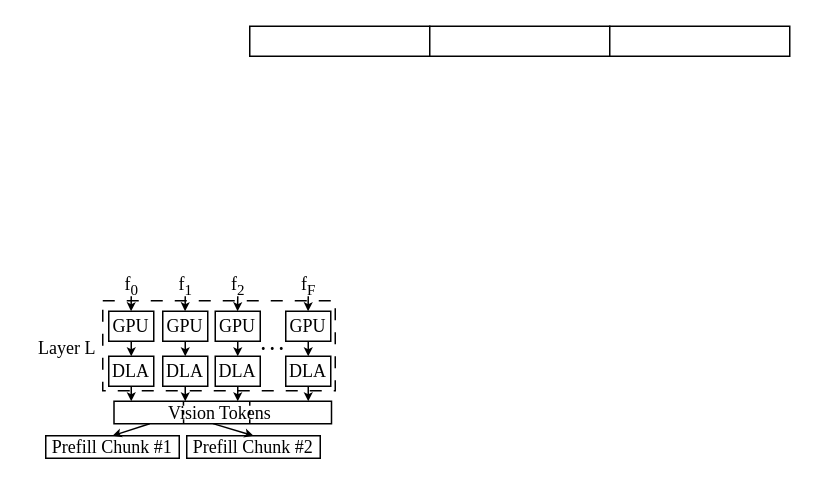
Above: figures/design_pipeline2.drawio in icszhr/hermes (draw.io), before the change. Source tidied: cells renumbered, new cells numbered last; positions are measured from the earlier drawing's top-left corner, leaving out a move shared by most shapes. Both pictures are drawn from the tidied source at 150%, with x=0, y=0 at pixel (26, 26).
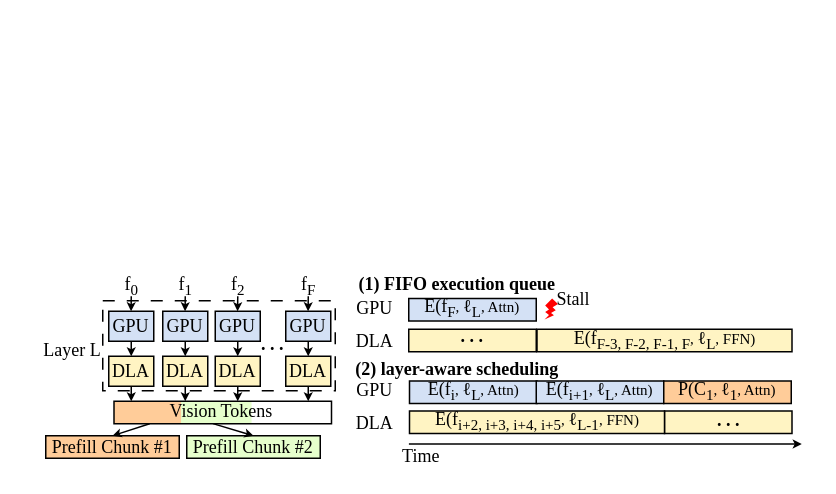
After the change.

Diff of the diagram source:
```diff
@@
-    <mxCell id="3" style="rounded=0;whiteSpace=wrap;html=1;" parent="1" vertex="1">
-      <mxGeometry x="149" width="120" height="20" as="geometry" />
-    </mxCell>
-    <mxCell id="4" style="rounded=0;whiteSpace=wrap;html=1;" parent="1" vertex="1">
-      <mxGeometry x="269" width="120" height="20" as="geometry" />
-    </mxCell>
-    <mxCell id="5" style="rounded=0;whiteSpace=wrap;html=1;" parent="1" vertex="1">
-      <mxGeometry x="389" width="120" height="20" as="geometry" />
-    </mxCell>
@@
-    <mxCell id="7" value="GPU" style="rounded=0;whiteSpace=wrap;html=1;fontFamily=Times New Roman;" parent="1" vertex="1">
+    <mxCell id="7" value="GPU" style="rounded=0;whiteSpace=wrap;html=1;fontFamily=Times New Roman;fillColor=#D4E1F5;" parent="1" vertex="1">
       <mxGeometry x="55" y="190" width="30" height="20" as="geometry" />
     </mxCell>
@@
-    <mxCell id="9" value="DLA" style="rounded=0;whiteSpace=wrap;html=1;fontFamily=Times New Roman;" parent="1" vertex="1">
+    <mxCell id="9" value="DLA" style="rounded=0;whiteSpace=wrap;html=1;fontFamily=Times New Roman;fillColor=#FFF4C3;" parent="1" vertex="1">
       <mxGeometry x="55" y="220" width="30" height="20" as="geometry" />
     </mxCell>
@@
     <mxCell id="12" value="Layer L" style="text;html=1;whiteSpace=wrap;strokeColor=none;fillColor=none;align=center;verticalAlign=middle;rounded=0;fontFamily=Times New Roman;" parent="1" vertex="1">
-      <mxGeometry y="205" width="55" height="20" as="geometry" />
+      <mxGeometry x="5.5" y="206" width="49.5" height="20" as="geometry" />
     </mxCell>
@@
-    <mxCell id="14" value="GPU" style="rounded=0;whiteSpace=wrap;html=1;fontFamily=Times New Roman;" parent="1" vertex="1">
+    <mxCell id="14" value="GPU" style="rounded=0;whiteSpace=wrap;html=1;fontFamily=Times New Roman;fillColor=#D4E1F5;" parent="1" vertex="1">
       <mxGeometry x="91" y="190" width="30" height="20" as="geometry" />
     </mxCell>
@@
-    <mxCell id="16" value="DLA" style="rounded=0;whiteSpace=wrap;html=1;fontFamily=Times New Roman;" parent="1" vertex="1">
+    <mxCell id="16" value="DLA" style="rounded=0;whiteSpace=wrap;html=1;fontFamily=Times New Roman;fillColor=#FFF4C3;" parent="1" vertex="1">
       <mxGeometry x="91" y="220" width="30" height="20" as="geometry" />
     </mxCell>
@@
-    <mxCell id="20" value="GPU" style="rounded=0;whiteSpace=wrap;html=1;fontFamily=Times New Roman;" parent="1" vertex="1">
+    <mxCell id="20" value="GPU" style="rounded=0;whiteSpace=wrap;html=1;fontFamily=Times New Roman;fillColor=#D4E1F5;" parent="1" vertex="1">
       <mxGeometry x="173" y="190" width="30" height="20" as="geometry" />
     </mxCell>
@@
-    <mxCell id="22" value="DLA" style="rounded=0;whiteSpace=wrap;html=1;fontFamily=Times New Roman;" parent="1" vertex="1">
+    <mxCell id="22" value="DLA" style="rounded=0;whiteSpace=wrap;html=1;fontFamily=Times New Roman;fillColor=#FFF4C3;" parent="1" vertex="1">
       <mxGeometry x="173" y="220" width="30" height="20" as="geometry" />
     </mxCell>
@@
-    <mxCell id="26" style="rounded=0;whiteSpace=wrap;html=1;align=right;" parent="1" vertex="1">
-      <mxGeometry x="58.5" y="250" width="145" height="15" as="geometry" />
-    </mxCell>
@@
-    <mxCell id="29" value="GPU" style="rounded=0;whiteSpace=wrap;html=1;fontFamily=Times New Roman;" parent="1" vertex="1">
+    <mxCell id="29" value="GPU" style="rounded=0;whiteSpace=wrap;html=1;fontFamily=Times New Roman;fillColor=#D4E1F5;" parent="1" vertex="1">
       <mxGeometry x="126" y="190" width="30" height="20" as="geometry" />
     </mxCell>
@@
-    <mxCell id="31" value="DLA" style="rounded=0;whiteSpace=wrap;html=1;fontFamily=Times New Roman;" parent="1" vertex="1">
+    <mxCell id="31" value="DLA" style="rounded=0;whiteSpace=wrap;html=1;fontFamily=Times New Roman;fillColor=#FFF4C3;" parent="1" vertex="1">
       <mxGeometry x="126" y="220" width="30" height="20" as="geometry" />
     </mxCell>
@@
-    <mxCell id="34" value="&lt;span style=&quot;color: rgb(0, 0, 0); font-family: &amp;quot;Times New Roman&amp;quot;; font-size: 12px; font-style: normal; font-variant-ligatures: normal; font-variant-caps: normal; font-weight: 400; letter-spacing: normal; orphans: 2; text-align: right; text-indent: 0px; text-transform: none; widows: 2; word-spacing: 0px; -webkit-text-stroke-width: 0px; white-space: normal; text-decoration-thickness: initial; text-decoration-style: initial; text-decoration-color: initial; float: none; display: inline !important;&quot;&gt;Vision Tokens&lt;/span&gt;" style="text;whiteSpace=wrap;html=1;labelBackgroundColor=none;spacing=0;spacingTop=-2;" parent="1" vertex="1">
-      <mxGeometry x="95.2" y="247.5" width="71.5" height="20" as="geometry" />
-    </mxCell>
-    <mxCell id="35" value="Prefill Chunk #1" style="rounded=0;whiteSpace=wrap;html=1;fontFamily=Times New Roman;" parent="1" vertex="1">
+    <mxCell id="35" value="Prefill Chunk #1" style="rounded=0;whiteSpace=wrap;html=1;fontFamily=Times New Roman;fillColor=#FFCC99;" parent="1" vertex="1">
       <mxGeometry x="13" y="273" width="89" height="15" as="geometry" />
     </mxCell>
@@
-    <mxCell id="37" value="Prefill Chunk #2" style="rounded=0;whiteSpace=wrap;html=1;fontFamily=Times New Roman;" parent="1" vertex="1">
+    <mxCell id="37" value="Prefill Chunk #2" style="rounded=0;whiteSpace=wrap;html=1;fontFamily=Times New Roman;fillColor=#E6FFCC;" parent="1" vertex="1">
       <mxGeometry x="107" y="273" width="89" height="15" as="geometry" />
     </mxCell>
@@
+    <mxCell id="40" style="endArrow=classic;html=1;rounded=0;endSize=3;" parent="1" edge="1">
+      <mxGeometry relative="1" as="geometry">
+        <mxPoint x="255.1" y="278.5" as="sourcePoint" />
+        <mxPoint x="517" y="278.5" as="targetPoint" />
+      </mxGeometry>
+    </mxCell>
+    <mxCell id="41" value="&lt;font face=&quot;Times New Roman&quot;&gt;Time&lt;/font&gt;" style="text;html=1;whiteSpace=wrap;strokeColor=none;fillColor=none;align=center;verticalAlign=middle;rounded=0;" parent="1" vertex="1">
+      <mxGeometry x="245" y="278.5" width="37" height="16" as="geometry" />
+    </mxCell>
+    <mxCell id="42" value="&lt;font face=&quot;Times New Roman&quot;&gt;GPU&lt;/font&gt;" style="text;html=1;whiteSpace=wrap;strokeColor=none;fillColor=none;align=center;verticalAlign=middle;rounded=0;" parent="1" vertex="1">
+      <mxGeometry x="220" y="181.5" width="25" height="12" as="geometry" />
+    </mxCell>
+    <mxCell id="43" value="&lt;font face=&quot;Times New Roman&quot;&gt;DLA&lt;/font&gt;" style="text;html=1;whiteSpace=wrap;strokeColor=none;fillColor=none;align=center;verticalAlign=middle;rounded=0;" parent="1" vertex="1">
+      <mxGeometry x="220" y="203.5" width="25" height="12" as="geometry" />
+    </mxCell>
+    <mxCell id="44" value="&lt;font face=&quot;Times New Roman&quot;&gt;GPU&lt;/font&gt;" style="text;html=1;whiteSpace=wrap;strokeColor=none;fillColor=none;align=center;verticalAlign=middle;rounded=0;" parent="1" vertex="1">
+      <mxGeometry x="220" y="236.5" width="25" height="12" as="geometry" />
+    </mxCell>
+    <mxCell id="45" value="&lt;font face=&quot;Times New Roman&quot;&gt;DLA&lt;/font&gt;" style="text;html=1;whiteSpace=wrap;strokeColor=none;fillColor=none;align=center;verticalAlign=middle;rounded=0;" parent="1" vertex="1">
+      <mxGeometry x="220" y="258.5" width="25" height="12" as="geometry" />
+    </mxCell>
+    <mxCell id="46" value="E(f&lt;sub&gt;F&lt;/sub&gt;&lt;span style=&quot;font-size: 10px;&quot;&gt;,&amp;nbsp;&lt;/span&gt;ℓ&lt;sub&gt;L&lt;/sub&gt;&lt;span style=&quot;font-size: 10px;&quot;&gt;, Attn)&lt;/span&gt;" style="rounded=0;whiteSpace=wrap;html=1;fontFamily=Times New Roman;spacingTop=-2;fillColor=#D4E1F5;" parent="1" vertex="1">
+      <mxGeometry x="255" y="181.5" width="85" height="15" as="geometry" />
+    </mxCell>
+    <mxCell id="47" value="&lt;font face=&quot;Times New Roman&quot;&gt;Stall&lt;/font&gt;" style="text;html=1;whiteSpace=wrap;strokeColor=none;fillColor=none;align=center;verticalAlign=middle;rounded=0;" parent="1" vertex="1">
+      <mxGeometry x="352.5" y="175" width="24" height="13" as="geometry" />
+    </mxCell>
+    <mxCell id="48" style="verticalLabelPosition=bottom;verticalAlign=top;html=1;shape=mxgraph.basic.flash;rotation=0;strokeColor=none;fillColor=#FF0000;" parent="1" vertex="1">
+      <mxGeometry x="345.5" y="181.5" width="9" height="14" as="geometry" />
+    </mxCell>
+    <mxCell id="49" value="&lt;font face=&quot;Times New Roman&quot;&gt;&lt;b&gt;(1)&amp;nbsp;&lt;span&gt;FIFO execution queue&lt;/span&gt;&lt;/b&gt;&lt;/font&gt;" style="text;html=1;whiteSpace=wrap;strokeColor=none;fillColor=none;align=center;verticalAlign=middle;rounded=0;" parent="1" vertex="1">
+      <mxGeometry x="220" y="163.5" width="135" height="16" as="geometry" />
+    </mxCell>
+    <mxCell id="50" value="&lt;font face=&quot;Times New Roman&quot;&gt;&lt;b&gt;(2)&amp;nbsp;layer-aware scheduling&lt;/b&gt;&lt;/font&gt;" style="text;html=1;whiteSpace=wrap;strokeColor=none;fillColor=none;align=center;verticalAlign=middle;rounded=0;" parent="1" vertex="1">
+      <mxGeometry x="212" y="220.5" width="151" height="16" as="geometry" />
+    </mxCell>
+    <mxCell id="51" value="E(f&lt;sub&gt;F-3, F-2, F-1, F&lt;/sub&gt;&lt;span style=&quot;font-size: 10px;&quot;&gt;,&amp;nbsp;&lt;/span&gt;ℓ&lt;sub&gt;L&lt;/sub&gt;&lt;span style=&quot;font-size: 10px;&quot;&gt;, FFN)&lt;/span&gt;" style="rounded=0;whiteSpace=wrap;html=1;fontFamily=Times New Roman;spacingTop=-2;fillColor=#FFF4C3;" parent="1" vertex="1">
+      <mxGeometry x="340.5" y="202" width="170" height="15" as="geometry" />
+    </mxCell>
+    <mxCell id="52" value="E(f&lt;sub&gt;i&lt;/sub&gt;&lt;span style=&quot;font-size: 10px;&quot;&gt;,&amp;nbsp;&lt;/span&gt;ℓ&lt;sub&gt;L&lt;/sub&gt;&lt;span style=&quot;font-size: 10px;&quot;&gt;, Attn)&lt;/span&gt;" style="rounded=0;whiteSpace=wrap;html=1;fontFamily=Times New Roman;spacingTop=-2;fillColor=#D4E1F5;" parent="1" vertex="1">
+      <mxGeometry x="255.5" y="236.5" width="85" height="15" as="geometry" />
+    </mxCell>
+    <mxCell id="53" value="E(f&lt;sub&gt;i+1&lt;/sub&gt;&lt;span style=&quot;font-size: 10px;&quot;&gt;,&amp;nbsp;&lt;/span&gt;ℓ&lt;sub&gt;L&lt;/sub&gt;&lt;span style=&quot;font-size: 10px;&quot;&gt;, Attn)&lt;/span&gt;" style="rounded=0;whiteSpace=wrap;html=1;fontFamily=Times New Roman;spacingTop=-2;fillColor=#D4E1F5;" parent="1" vertex="1">
+      <mxGeometry x="340" y="236.5" width="85" height="15" as="geometry" />
+    </mxCell>
+    <mxCell id="54" value="&lt;b&gt;. . .&lt;/b&gt;" style="rounded=0;whiteSpace=wrap;html=1;fontFamily=Times New Roman;spacingTop=-2;fillColor=#FFF4C3;" parent="1" vertex="1">
+      <mxGeometry x="425.5" y="256.5" width="85" height="15" as="geometry" />
+    </mxCell>
+    <mxCell id="55" value="P(C&lt;sub&gt;1&lt;/sub&gt;&lt;span style=&quot;font-size: 10px;&quot;&gt;,&amp;nbsp;&lt;/span&gt;ℓ&lt;sub&gt;1&lt;/sub&gt;&lt;span style=&quot;font-size: 10px;&quot;&gt;, Attn)&lt;/span&gt;" style="rounded=0;whiteSpace=wrap;html=1;fontFamily=Times New Roman;spacingTop=-2;fillColor=#FFCC99;" parent="1" vertex="1">
+      <mxGeometry x="425" y="236.5" width="85" height="15" as="geometry" />
+    </mxCell>
+    <mxCell id="56" style="rounded=0;whiteSpace=wrap;html=1;fillColor=#FFCC99;strokeColor=none;" parent="1" vertex="1">
+      <mxGeometry x="58.5" y="250" width="47" height="15" as="geometry" />
+    </mxCell>
+    <mxCell id="57" style="rounded=0;whiteSpace=wrap;html=1;fillColor=#E6FFCC;strokeColor=none;" parent="1" vertex="1">
+      <mxGeometry x="103.2" y="250" width="47" height="15" as="geometry" />
+    </mxCell>
+    <mxCell id="26" style="rounded=0;whiteSpace=wrap;html=1;align=right;fillColor=none;" parent="1" vertex="1">
+      <mxGeometry x="58.5" y="250" width="145" height="15" as="geometry" />
+    </mxCell>
+    <mxCell id="34" value="&lt;span style=&quot;color: rgb(0, 0, 0); font-family: &amp;quot;Times New Roman&amp;quot;; font-size: 12px; font-style: normal; font-variant-ligatures: normal; font-variant-caps: normal; font-weight: 400; letter-spacing: normal; orphans: 2; text-align: right; text-indent: 0px; text-transform: none; widows: 2; word-spacing: 0px; -webkit-text-stroke-width: 0px; white-space: normal; text-decoration-thickness: initial; text-decoration-style: initial; text-decoration-color: initial; float: none; display: inline !important;&quot;&gt;Vision Tokens&lt;/span&gt;" style="text;whiteSpace=wrap;html=1;labelBackgroundColor=none;spacing=0;spacingTop=-2;" parent="1" vertex="1">
+      <mxGeometry x="95.8" y="247" width="71.5" height="20" as="geometry" />
+    </mxCell>
+    <mxCell id="58" value="&lt;b&gt;. . .&lt;/b&gt;" style="rounded=0;whiteSpace=wrap;html=1;fontFamily=Times New Roman;spacingTop=-5;fillColor=#FFF4C3;" parent="1" vertex="1">
+      <mxGeometry x="255" y="202" width="85" height="15" as="geometry" />
+    </mxCell>
+    <mxCell id="59" value="E(f&lt;sub&gt;i+2, i+3, i+4, i+5&lt;/sub&gt;&lt;span style=&quot;font-size: 10px;&quot;&gt;,&amp;nbsp;&lt;/span&gt;ℓ&lt;sub&gt;L-1&lt;/sub&gt;&lt;span style=&quot;font-size: 10px;&quot;&gt;, FFN)&lt;/span&gt;" style="rounded=0;whiteSpace=wrap;html=1;fontFamily=Times New Roman;spacingTop=-2;fillColor=#FFF4C3;" parent="1" vertex="1">
+      <mxGeometry x="255.5" y="256.5" width="170" height="15" as="geometry" />
+    </mxCell>
```
